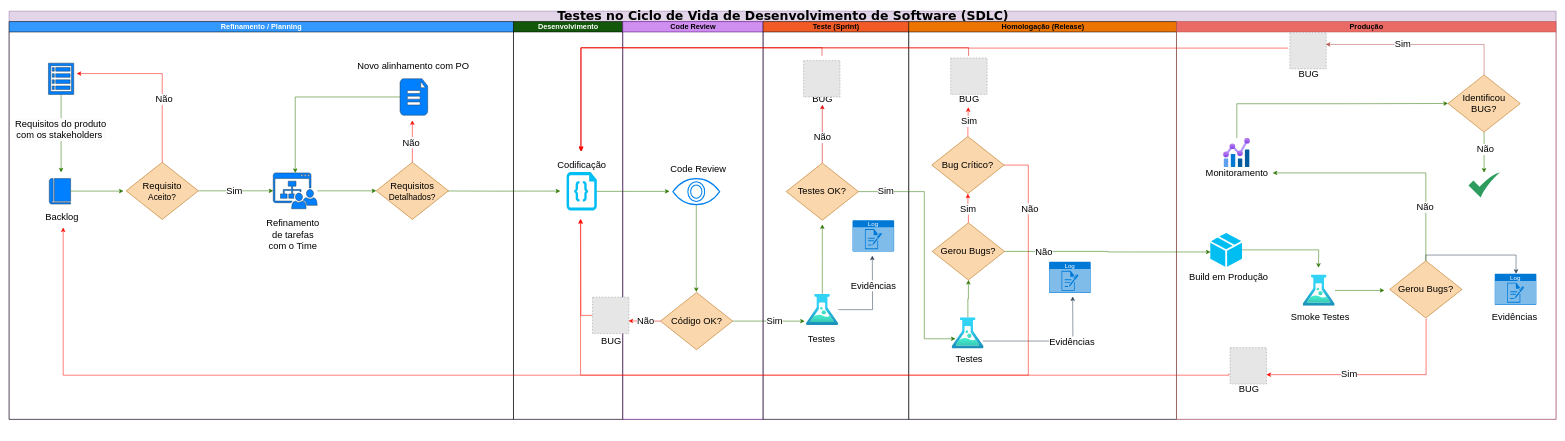
Before: Testes no SDLC Simplificado.drawio in QuintilianoNery/TestesNoSDLC, a draw.io diagram. Source tidied: cells renumbered, new cells numbered last; positions are measured from the earlier drawing's top-left corner, leaving out a move shared by most shapes. Both pictures are drawn from the tidied source at 52%, with x=0, y=0 at pixel (9, 11). Pictures stored in the file or linked from it are replaced by grey dashed boxes.
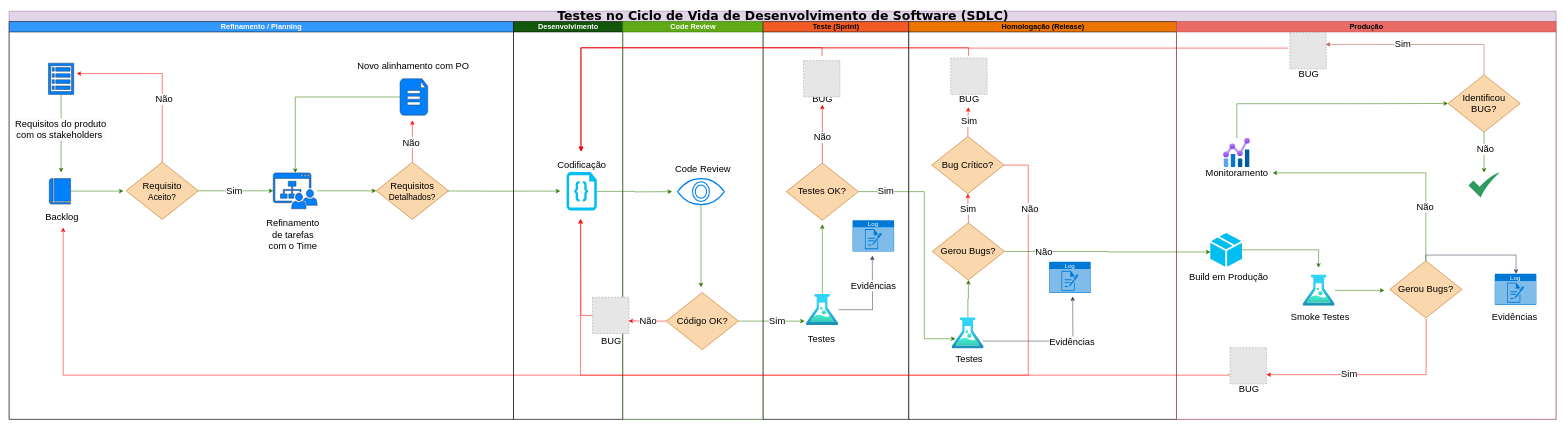
Above is the later version.

The change refers to these unchanged cells:
```xml
<mxCell id="2" value="&lt;font style=&quot;font-size: 24px;&quot;&gt;Testes no Ciclo de Vida de Desenvolvimento de Software (SDLC)&lt;/font&gt;" style="swimlane;html=1;startSize=20;rounded=0;shadow=0;labelBackgroundColor=none;strokeWidth=1;fontFamily=Verdana;fontSize=8;align=center;fillColor=#e1d5e7;strokeColor=#9673a6;" parent="1" vertex="1">
  <mxGeometry width="2975" height="785" as="geometry" />
</mxCell>
<mxCell id="25" value="&lt;font style=&quot;font-size: 14px;&quot;&gt;Desenvolvimento&lt;/font&gt;" style="swimlane;html=1;startSize=20;fillColor=#12570A;strokeColor=#000000;fontColor=#ffffff;fillStyle=solid;" parent="2" vertex="1">
  <mxGeometry x="970" y="20" width="210" height="765" as="geometry" />
</mxCell>
<mxCell id="27" style="verticalLabelPosition=bottom;html=1;verticalAlign=top;align=center;strokeColor=none;fillColor=#00BEF2;shape=mxgraph.azure.code_file;" parent="25" vertex="1">
  <mxGeometry x="102" y="289.5" width="58.2" height="74" as="geometry" />
</mxCell>
```

What changed in the source:
```diff
@@
     <mxCell id="26" style="edgeStyle=orthogonalEdgeStyle;rounded=0;jettySize=auto;html=1;fillColor=#60a917;strokeColor=#2D7600;flowAnimation=1;" parent="25" edge="1" source="27">
       <mxGeometry relative="1" as="geometry">
-        <mxPoint x="300" y="326.5" as="targetPoint" />
+        <mxPoint x="305" y="327" as="targetPoint" />
       </mxGeometry>
     </mxCell>
@@
-    <mxCell id="29" value="&lt;font style=&quot;font-size: 14px;&quot;&gt;Code Review&lt;/font&gt;" style="swimlane;html=1;startSize=20;fillColor=#CF8FF0;strokeColor=#500075;fillStyle=solid;" parent="2" vertex="1">
+    <mxCell id="29" value="&lt;font style=&quot;font-size: 14px;&quot;&gt;Code Review&lt;/font&gt;" style="swimlane;html=1;startSize=20;fillColor=#60a917;strokeColor=#2D7600;fillStyle=solid;fontColor=#ffffff;shadow=0;" parent="2" vertex="1">
       <mxGeometry x="1180" y="20" width="270" height="765" as="geometry" />
     </mxCell>
@@
     <mxCell id="32" value="&lt;span style=&quot;font-size: 18px;&quot;&gt;Código OK?&lt;/span&gt;" style="rhombus;whiteSpace=wrap;html=1;fillColor=#fad7ac;strokeColor=#b46504;" parent="29" vertex="1">
-      <mxGeometry x="72.5" y="521" width="139" height="110" as="geometry" />
+      <mxGeometry x="83.5" y="521" width="139" height="110" as="geometry" />
     </mxCell>
-    <mxCell id="33" style="edgeStyle=orthogonalEdgeStyle;rounded=0;jettySize=auto;html=1;fillColor=#60a917;strokeColor=#2D7600;flowAnimation=1;" parent="29" edge="1" source="34">
-      <mxGeometry relative="1" as="geometry">
-        <mxPoint x="141.5" y="520" as="targetPoint" />
-      </mxGeometry>
-    </mxCell>
+    <mxCell id="106" style="edgeStyle=orthogonalEdgeStyle;rounded=0;jettySize=auto;html=1;fillColor=#60a917;strokeColor=#2D7600;flowAnimation=1;" parent="29" edge="1" source="34">
+      <mxGeometry relative="1" as="geometry">
+        <mxPoint x="150.5" y="511" as="targetPoint" />
+      </mxGeometry>
+    </mxCell>
     <mxCell id="34" style="html=1;verticalLabelPosition=bottom;align=center;labelBackgroundColor=#ffffff;verticalAlign=top;strokeWidth=2;strokeColor=#0080F0;shadow=0;dashed=0;shape=mxgraph.ios7.icons.eye;" parent="29" vertex="1">
-      <mxGeometry x="96.5" y="302" width="90" height="50" as="geometry" />
+      <mxGeometry x="105.5" y="302" width="90" height="50" as="geometry" />
     </mxCell>
     <mxCell id="35" value="&lt;span style=&quot;font-size: 18px;&quot;&gt;Code Review&lt;/span&gt;" style="text;html=1;align=center;verticalAlign=middle;strokeColor=none;fillColor=none;" parent="29" vertex="1">
-      <mxGeometry x="80" y="264" width="130" height="40" as="geometry" />
+      <mxGeometry x="89" y="264" width="130" height="40" as="geometry" />
     </mxCell>
```
